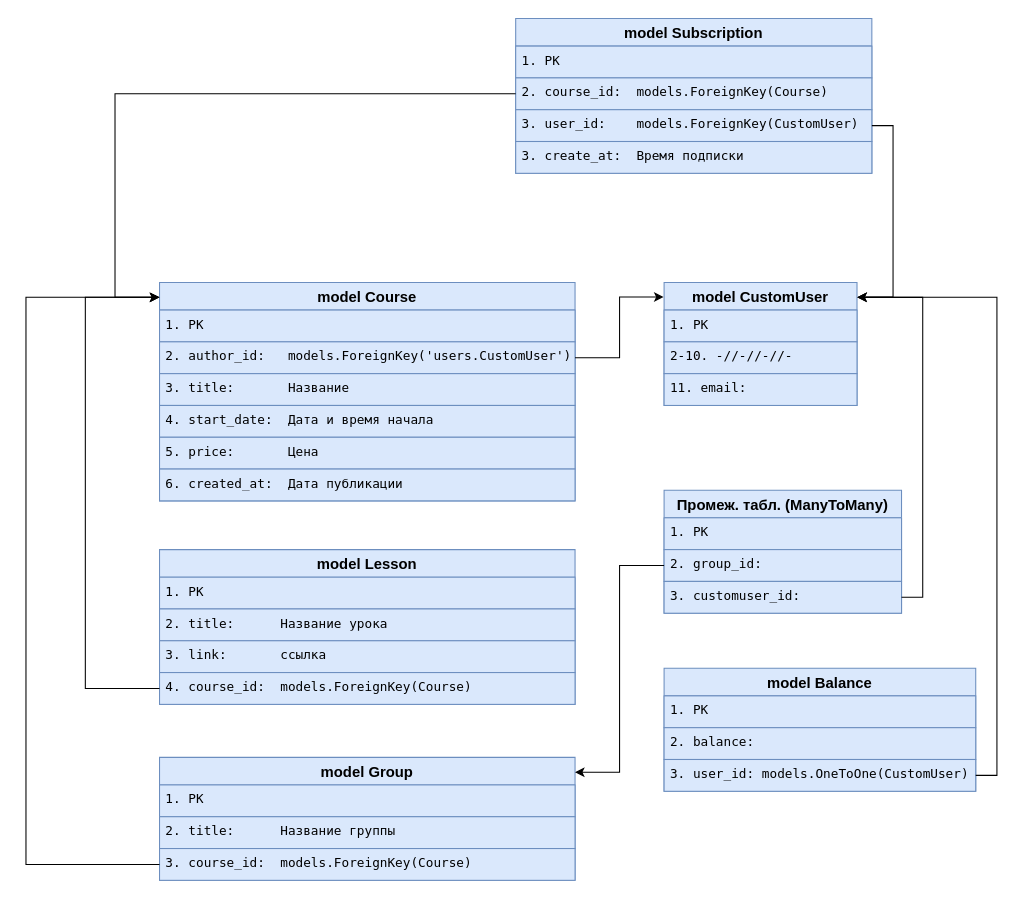
minkeviiich/TestWeather keeps this draw.io diagram as Диаграмма без названия.drawio. Above is the earlier version. Source tidied: cells renumbered, new cells numbered last; positions are measured from the earlier drawing's top-left corner, leaving out a move shared by most shapes. Both pictures are drawn from the tidied source at 106%, with x=0, y=0 at pixel (25, 18).
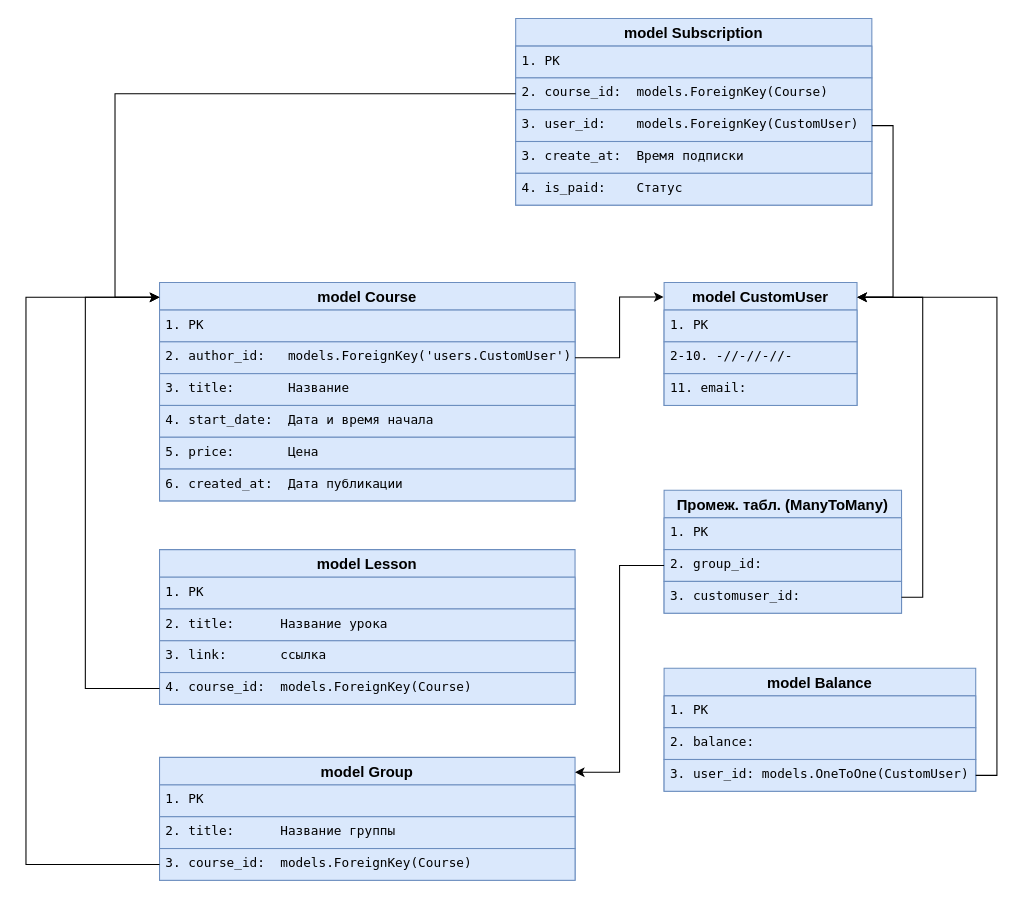
Above is the later version.

Change to the diagram source:
```diff
@@
     <mxCell id="32" value="model Subscription" style="swimlane;fontStyle=1;horizontal=1;startSize=26;align=center;fontSize=14;fillColor=#dae8fc;strokeColor=#6c8ebf;" parent="1" vertex="1">
-      <mxGeometry x="462" width="336" height="146" as="geometry" />
+      <mxGeometry x="462" width="336" height="176" as="geometry" />
     </mxCell>
@@
+    <mxCell id="45" value="&lt;span style=&quot;font-family: &amp;quot;Droid Sans Mono&amp;quot;, &amp;quot;monospace&amp;quot;, monospace; white-space: pre;&quot;&gt;4. is_paid:    Статус&lt;/span&gt;" style="text;strokeColor=#6c8ebf;fillColor=#dae8fc;spacingLeft=4;spacingRight=4;overflow=hidden;fontSize=12;whiteSpace=wrap;html=1;" parent="32" vertex="1">
+      <mxGeometry y="146" width="336" height="30" as="geometry" />
+    </mxCell>
```
